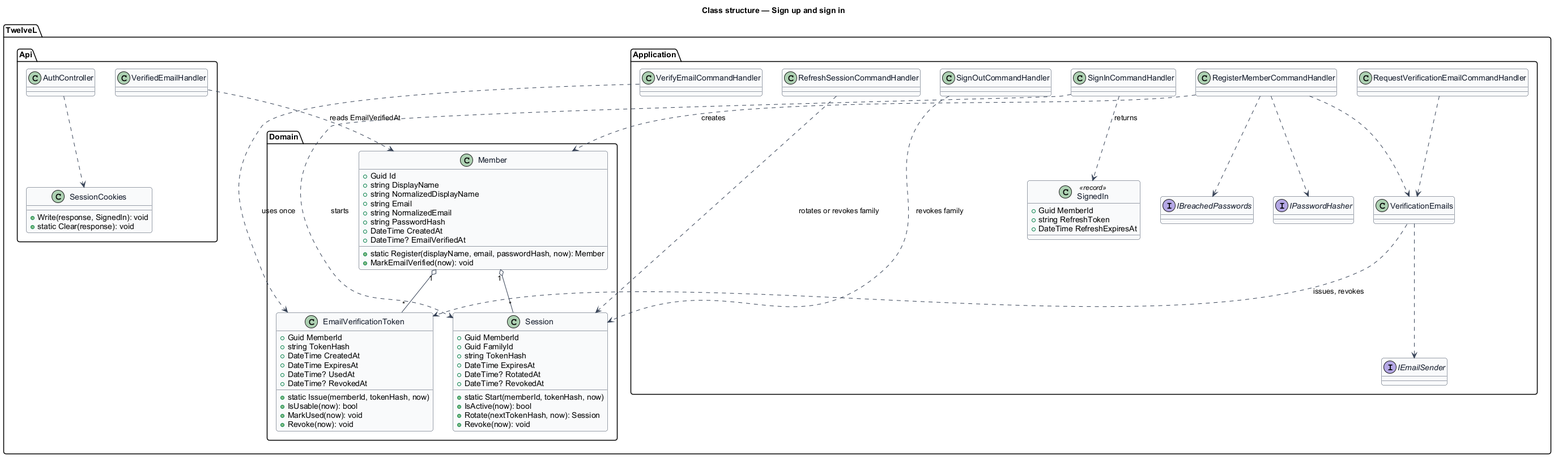
Before: docs/detailed-designs/accounts/sign-up-and-sign-in/diagrams/class-structure.png, a diagram exported from PlantUML (QuinntyneBrown/tutumuch). The source it was exported from:
```plantuml
@startuml
skinparam backgroundColor #FFFFFF
skinparam shadowing false
skinparam roundcorner 8
skinparam defaultFontName Arial
skinparam ArrowColor #344054
skinparam class {
  BorderColor #344054
  FontColor #101828
  BackgroundColor #F9FAFB
}
title Class structure — Sign up and sign in

package "TwelveL.Domain" {
  class Member {
    +Guid Id
    +string DisplayName
    +string NormalizedDisplayName
    +string Email
    +string NormalizedEmail
    +string PasswordHash
    +DateTime CreatedAt
    +DateTime? EmailVerifiedAt
    +static Register(displayName, email, passwordHash, now): Member
    +MarkEmailVerified(now): void
  }
  class EmailVerificationToken {
    +Guid MemberId
    +string TokenHash
    +DateTime CreatedAt
    +DateTime ExpiresAt
    +DateTime? UsedAt
    +DateTime? RevokedAt
    +static Issue(memberId, tokenHash, now)
    +IsUsable(now): bool
    +MarkUsed(now): void
    +Revoke(now): void
  }
  class Session {
    +Guid MemberId
    +Guid FamilyId
    +string TokenHash
    +DateTime ExpiresAt
    +DateTime? RotatedAt
    +DateTime? RevokedAt
    +static Start(memberId, tokenHash, now)
    +IsActive(now): bool
    +Rotate(nextTokenHash, now): Session
    +Revoke(now): void
  }
}

package "TwelveL.Application" {
  class RegisterMemberCommandHandler
  class VerifyEmailCommandHandler
  class RequestVerificationEmailCommandHandler
  class SignInCommandHandler
  class RefreshSessionCommandHandler
  class SignOutCommandHandler
  class VerificationEmails
  class SignedIn <<record>> {
    +Guid MemberId
    +string RefreshToken
    +DateTime RefreshExpiresAt
  }
  interface IPasswordHasher
  interface IBreachedPasswords
  interface IEmailSender
}

package "TwelveL.Api" {
  class AuthController
  class SessionCookies {
    +Write(response, SignedIn): void
    +static Clear(response): void
  }
  class VerifiedEmailHandler
}

Member "1" o-- "*" EmailVerificationToken
Member "1" o-- "*" Session
RegisterMemberCommandHandler ..> Member : creates
RegisterMemberCommandHandler ..> IPasswordHasher
RegisterMemberCommandHandler ..> IBreachedPasswords
RegisterMemberCommandHandler ..> VerificationEmails
RequestVerificationEmailCommandHandler ..> VerificationEmails
VerificationEmails ..> EmailVerificationToken : issues, revokes
VerificationEmails ..> IEmailSender
VerifyEmailCommandHandler ..> EmailVerificationToken : uses once
SignInCommandHandler ..> Session : starts
RefreshSessionCommandHandler ..> Session : rotates or revokes family
SignOutCommandHandler ..> Session : revokes family
SignInCommandHandler ..> SignedIn : returns
AuthController ..> SessionCookies
VerifiedEmailHandler ..> Member : reads EmailVerifiedAt
@enduml
```
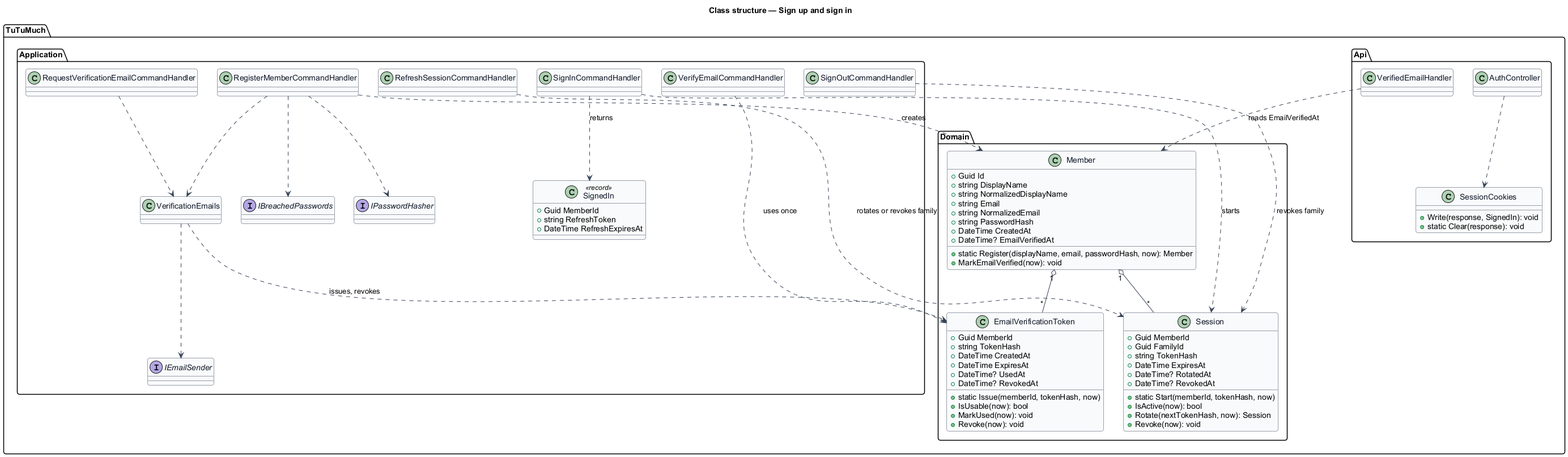
Above is the later version.

Change to the diagram source:
```diff
@@ -11,7 +11,7 @@
 }
 title Class structure — Sign up and sign in
 
-package "TwelveL.Domain" {
+package "TuTuMuch.Domain" {
   class Member {
     +Guid Id
     +string DisplayName
@@ -50,7 +50,7 @@
   }
 }
 
-package "TwelveL.Application" {
+package "TuTuMuch.Application" {
   class RegisterMemberCommandHandler
   class VerifyEmailCommandHandler
   class RequestVerificationEmailCommandHandler
@@ -68,7 +68,7 @@
   interface IEmailSender
 }
 
-package "TwelveL.Api" {
+package "TuTuMuch.Api" {
   class AuthController
   class SessionCookies {
     +Write(response, SignedIn): void
```
